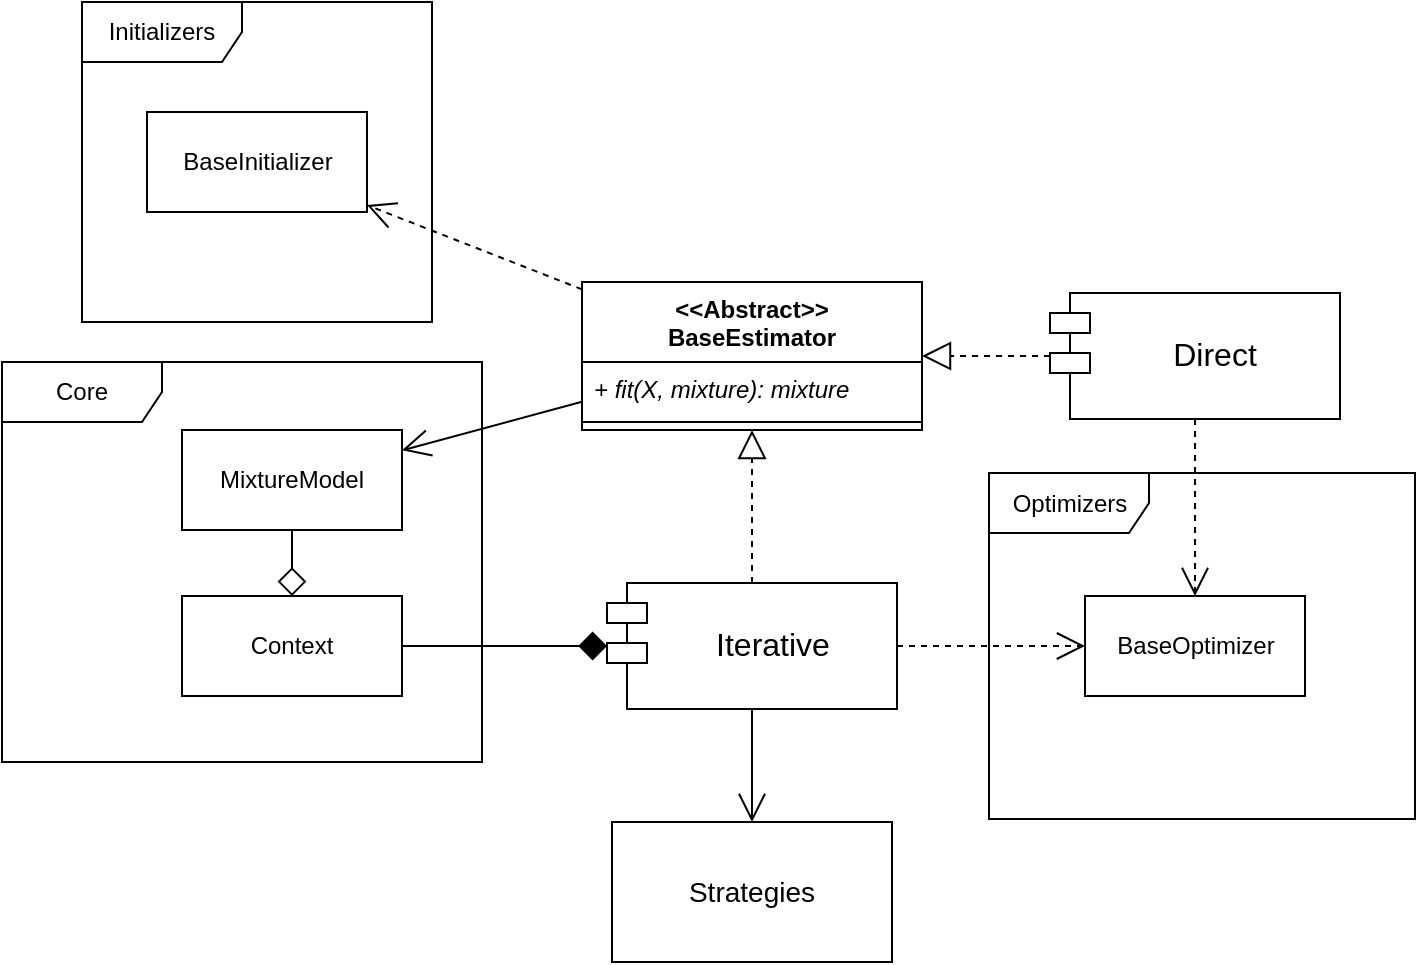
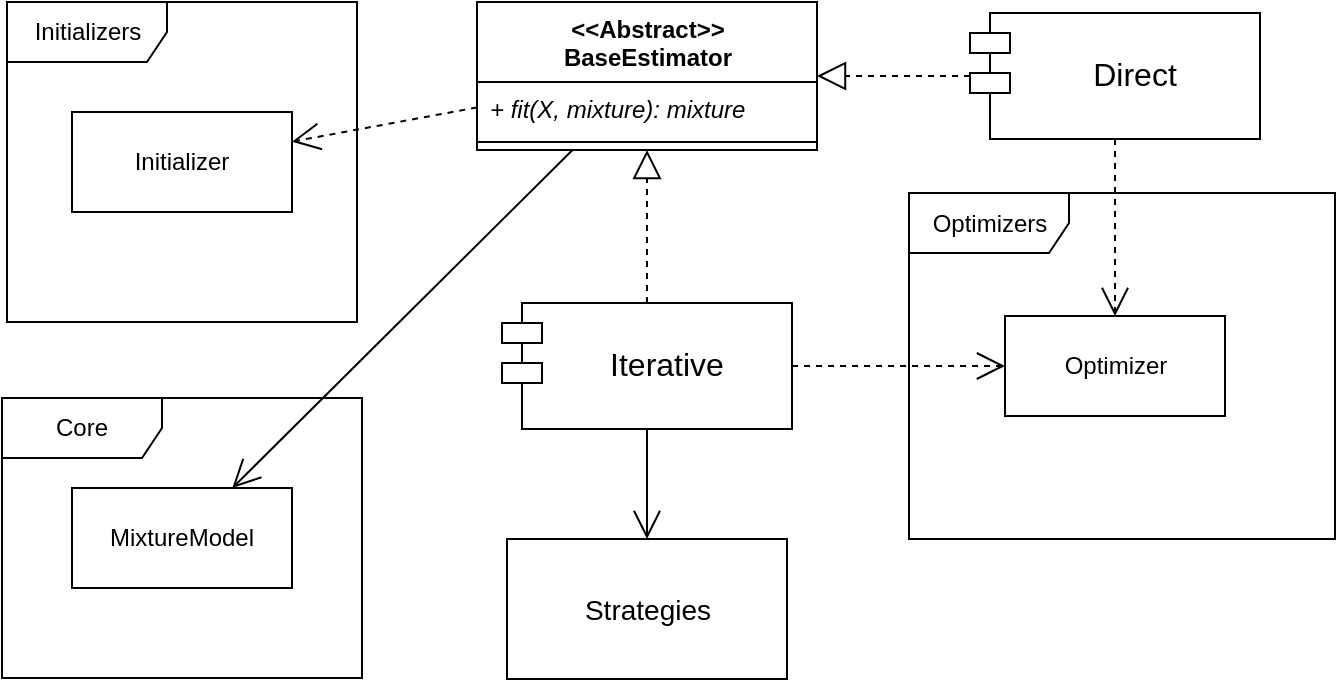
- <mxfile host="app.diagrams.net" agent="Mozilla/5.0 (X11; Linux x86_64; rv:141.0) Gecko/20100101 Firefox/141.0" version="28.0.7">
+ <mxfile host="app.diagrams.net" agent="Mozilla/5.0 (X11; Linux x86_64; rv:142.0) Gecko/20100101 Firefox/142.0" version="28.2.5">
  <diagram name="Страница — 1" id="S3S3o2mYCb9_tkCkfz6N">
-     <mxGraphModel dx="1236" dy="671" grid="1" gridSize="10" guides="1" tooltips="1" connect="1" arrows="1" fold="1" page="1" pageScale="1" pageWidth="827" pageHeight="1169" math="0" shadow="0">
+     <mxGraphModel dx="989" dy="537" grid="1" gridSize="10" guides="1" tooltips="1" connect="1" arrows="1" fold="1" page="1" pageScale="1" pageWidth="827" pageHeight="1169" math="0" shadow="0">
      <root>
        <mxCell id="0" />
        <mxCell id="1" parent="0" />
-         <mxCell id="LJtXOZby-KF8xYk5xt7U-18" style="rounded=0;orthogonalLoop=1;jettySize=auto;html=1;endArrow=open;endFill=0;endSize=12;dashed=1;" edge="1" parent="1" source="LJtXOZby-KF8xYk5xt7U-2" target="LJtXOZby-KF8xYk5xt7U-11">
+         <mxCell id="LJtXOZby-KF8xYk5xt7U-18" style="rounded=0;orthogonalLoop=1;jettySize=auto;html=1;endArrow=open;endFill=0;endSize=12;dashed=1;" parent="1" source="LJtXOZby-KF8xYk5xt7U-2" target="LJtXOZby-KF8xYk5xt7U-11" edge="1">
          <mxGeometry relative="1" as="geometry" />
        </mxCell>
-         <mxCell id="LJtXOZby-KF8xYk5xt7U-2" value="&lt;div&gt;&amp;lt;&amp;lt;Abstract&amp;gt;&amp;gt;&lt;/div&gt;&lt;div&gt;BaseEstimator&lt;/div&gt;" style="swimlane;fontStyle=1;align=center;verticalAlign=top;childLayout=stackLayout;horizontal=1;startSize=40;horizontalStack=0;resizeParent=1;resizeParentMax=0;resizeLast=0;collapsible=1;marginBottom=0;whiteSpace=wrap;html=1;" vertex="1" parent="1">
-           <mxGeometry x="380" y="210" width="170" height="74" as="geometry" />
+         <mxCell id="LJtXOZby-KF8xYk5xt7U-2" value="&lt;div&gt;&amp;lt;&amp;lt;Abstract&amp;gt;&amp;gt;&lt;/div&gt;&lt;div&gt;BaseEstimator&lt;/div&gt;" style="swimlane;fontStyle=1;align=center;verticalAlign=top;childLayout=stackLayout;horizontal=1;startSize=40;horizontalStack=0;resizeParent=1;resizeParentMax=0;resizeLast=0;collapsible=1;marginBottom=0;whiteSpace=wrap;html=1;" parent="1" vertex="1">
+           <mxGeometry x="367.5" y="210" width="170" height="74" as="geometry" />
        </mxCell>
-         <mxCell id="LJtXOZby-KF8xYk5xt7U-3" value="&lt;i&gt;+ fit(X, mixture): mixture&lt;/i&gt;" style="text;strokeColor=none;fillColor=none;align=left;verticalAlign=top;spacingLeft=4;spacingRight=4;overflow=hidden;rotatable=0;points=[[0,0.5],[1,0.5]];portConstraint=eastwest;whiteSpace=wrap;html=1;" vertex="1" parent="LJtXOZby-KF8xYk5xt7U-2">
+         <mxCell id="LJtXOZby-KF8xYk5xt7U-3" value="&lt;i&gt;+ fit(X, mixture): mixture&lt;/i&gt;" style="text;strokeColor=none;fillColor=none;align=left;verticalAlign=top;spacingLeft=4;spacingRight=4;overflow=hidden;rotatable=0;points=[[0,0.5],[1,0.5]];portConstraint=eastwest;whiteSpace=wrap;html=1;" parent="LJtXOZby-KF8xYk5xt7U-2" vertex="1">
          <mxGeometry y="40" width="170" height="26" as="geometry" />
        </mxCell>
-         <mxCell id="LJtXOZby-KF8xYk5xt7U-4" value="" style="line;strokeWidth=1;fillColor=none;align=left;verticalAlign=middle;spacingTop=-1;spacingLeft=3;spacingRight=3;rotatable=0;labelPosition=right;points=[];portConstraint=eastwest;strokeColor=inherit;" vertex="1" parent="LJtXOZby-KF8xYk5xt7U-2">
+         <mxCell id="LJtXOZby-KF8xYk5xt7U-4" value="" style="line;strokeWidth=1;fillColor=none;align=left;verticalAlign=middle;spacingTop=-1;spacingLeft=3;spacingRight=3;rotatable=0;labelPosition=right;points=[];portConstraint=eastwest;strokeColor=inherit;" parent="LJtXOZby-KF8xYk5xt7U-2" vertex="1">
          <mxGeometry y="66" width="170" height="8" as="geometry" />
        </mxCell>
-         <mxCell id="LJtXOZby-KF8xYk5xt7U-9" style="edgeStyle=orthogonalEdgeStyle;rounded=0;orthogonalLoop=1;jettySize=auto;html=1;endArrow=block;endFill=0;dashed=1;endSize=12;" edge="1" parent="1" source="LJtXOZby-KF8xYk5xt7U-32" target="LJtXOZby-KF8xYk5xt7U-2">
+         <mxCell id="LJtXOZby-KF8xYk5xt7U-9" style="edgeStyle=orthogonalEdgeStyle;rounded=0;orthogonalLoop=1;jettySize=auto;html=1;endArrow=block;endFill=0;dashed=1;endSize=12;" parent="1" source="LJtXOZby-KF8xYk5xt7U-32" target="LJtXOZby-KF8xYk5xt7U-2" edge="1">
          <mxGeometry relative="1" as="geometry">
            <mxPoint x="465.0000000000002" y="357" as="sourcePoint" />
          </mxGeometry>
        </mxCell>
-         <mxCell id="LJtXOZby-KF8xYk5xt7U-10" value="Initializers" style="shape=umlFrame;whiteSpace=wrap;html=1;pointerEvents=0;width=80;height=30;" vertex="1" parent="1">
-           <mxGeometry x="130" y="70" width="175" height="160" as="geometry" />
+         <mxCell id="LJtXOZby-KF8xYk5xt7U-10" value="Initializers" style="shape=umlFrame;whiteSpace=wrap;html=1;pointerEvents=0;width=80;height=30;" parent="1" vertex="1">
+           <mxGeometry x="132.5" y="210" width="175" height="160" as="geometry" />
        </mxCell>
-         <mxCell id="LJtXOZby-KF8xYk5xt7U-11" value="BaseInitializer" style="html=1;whiteSpace=wrap;" vertex="1" parent="1">
-           <mxGeometry x="162.5" y="125" width="110" height="50" as="geometry" />
+         <mxCell id="LJtXOZby-KF8xYk5xt7U-11" value="Initializer" style="html=1;whiteSpace=wrap;" parent="1" vertex="1">
+           <mxGeometry x="165" y="265" width="110" height="50" as="geometry" />
        </mxCell>
-         <mxCell id="LJtXOZby-KF8xYk5xt7U-12" value="Core" style="shape=umlFrame;whiteSpace=wrap;html=1;pointerEvents=0;width=80;height=30;" vertex="1" parent="1">
-           <mxGeometry x="90" y="250" width="240" height="200" as="geometry" />
+         <mxCell id="LJtXOZby-KF8xYk5xt7U-12" value="Core" style="shape=umlFrame;whiteSpace=wrap;html=1;pointerEvents=0;width=80;height=30;" parent="1" vertex="1">
+           <mxGeometry x="130" y="408" width="180" height="140" as="geometry" />
        </mxCell>
-         <mxCell id="LJtXOZby-KF8xYk5xt7U-16" style="rounded=0;orthogonalLoop=1;jettySize=auto;html=1;endArrow=none;endFill=0;startArrow=open;startFill=0;startSize=12;" edge="1" parent="1" source="LJtXOZby-KF8xYk5xt7U-13" target="LJtXOZby-KF8xYk5xt7U-2">
+         <mxCell id="LJtXOZby-KF8xYk5xt7U-16" style="rounded=0;orthogonalLoop=1;jettySize=auto;html=1;endArrow=none;endFill=0;startArrow=open;startFill=0;startSize=12;" parent="1" source="LJtXOZby-KF8xYk5xt7U-13" target="LJtXOZby-KF8xYk5xt7U-2" edge="1">
          <mxGeometry relative="1" as="geometry" />
        </mxCell>
-         <mxCell id="LJtXOZby-KF8xYk5xt7U-17" style="edgeStyle=orthogonalEdgeStyle;rounded=0;orthogonalLoop=1;jettySize=auto;html=1;endSize=12;endArrow=diamond;endFill=0;" edge="1" parent="1" source="LJtXOZby-KF8xYk5xt7U-13" target="LJtXOZby-KF8xYk5xt7U-14">
-           <mxGeometry relative="1" as="geometry" />
+         <mxCell id="LJtXOZby-KF8xYk5xt7U-13" value="MixtureModel" style="html=1;whiteSpace=wrap;" parent="1" vertex="1">
+           <mxGeometry x="165" y="453" width="110" height="50" as="geometry" />
        </mxCell>
-         <mxCell id="LJtXOZby-KF8xYk5xt7U-13" value="MixtureModel" style="html=1;whiteSpace=wrap;" vertex="1" parent="1">
-           <mxGeometry x="180" y="284" width="110" height="50" as="geometry" />
-         </mxCell>
-         <mxCell id="LJtXOZby-KF8xYk5xt7U-15" style="edgeStyle=orthogonalEdgeStyle;rounded=0;orthogonalLoop=1;jettySize=auto;html=1;endArrow=diamond;endFill=1;endSize=12;" edge="1" parent="1" source="LJtXOZby-KF8xYk5xt7U-14" target="LJtXOZby-KF8xYk5xt7U-32">
-           <mxGeometry relative="1" as="geometry">
-             <mxPoint x="395.0000000000002" y="392" as="targetPoint" />
-           </mxGeometry>
-         </mxCell>
-         <mxCell id="LJtXOZby-KF8xYk5xt7U-14" value="Context" style="html=1;whiteSpace=wrap;" vertex="1" parent="1">
-           <mxGeometry x="180" y="367" width="110" height="50" as="geometry" />
-         </mxCell>
-         <mxCell id="LJtXOZby-KF8xYk5xt7U-20" style="edgeStyle=orthogonalEdgeStyle;rounded=0;orthogonalLoop=1;jettySize=auto;html=1;endArrow=block;endFill=0;endSize=12;dashed=1;" edge="1" parent="1" source="LJtXOZby-KF8xYk5xt7U-33" target="LJtXOZby-KF8xYk5xt7U-2">
+         <mxCell id="LJtXOZby-KF8xYk5xt7U-20" style="edgeStyle=orthogonalEdgeStyle;rounded=0;orthogonalLoop=1;jettySize=auto;html=1;endArrow=block;endFill=0;endSize=12;dashed=1;" parent="1" source="LJtXOZby-KF8xYk5xt7U-33" target="LJtXOZby-KF8xYk5xt7U-2" edge="1">
          <mxGeometry relative="1" as="geometry">
            <mxPoint x="616.5" y="247" as="sourcePoint" />
          </mxGeometry>
        </mxCell>
-         <mxCell id="LJtXOZby-KF8xYk5xt7U-31" style="edgeStyle=orthogonalEdgeStyle;rounded=0;orthogonalLoop=1;jettySize=auto;html=1;endArrow=open;endFill=0;endSize=12;dashed=1;" edge="1" parent="1" source="LJtXOZby-KF8xYk5xt7U-33" target="LJtXOZby-KF8xYk5xt7U-27">
+         <mxCell id="LJtXOZby-KF8xYk5xt7U-31" style="edgeStyle=orthogonalEdgeStyle;rounded=0;orthogonalLoop=1;jettySize=auto;html=1;endArrow=open;endFill=0;endSize=12;dashed=1;" parent="1" source="LJtXOZby-KF8xYk5xt7U-33" target="LJtXOZby-KF8xYk5xt7U-27" edge="1">
          <mxGeometry relative="1" as="geometry">
            <mxPoint x="686.5" y="282" as="sourcePoint" />
          </mxGeometry>
        </mxCell>
-         <mxCell id="LJtXOZby-KF8xYk5xt7U-24" style="edgeStyle=orthogonalEdgeStyle;rounded=0;orthogonalLoop=1;jettySize=auto;html=1;endArrow=open;endFill=0;endSize=12;" edge="1" parent="1" source="LJtXOZby-KF8xYk5xt7U-32" target="LJtXOZby-KF8xYk5xt7U-22">
+         <mxCell id="LJtXOZby-KF8xYk5xt7U-24" style="edgeStyle=orthogonalEdgeStyle;rounded=0;orthogonalLoop=1;jettySize=auto;html=1;endArrow=open;endFill=0;endSize=12;" parent="1" source="LJtXOZby-KF8xYk5xt7U-32" target="LJtXOZby-KF8xYk5xt7U-22" edge="1">
          <mxGeometry relative="1" as="geometry">
            <mxPoint x="465.0000000000002" y="427" as="sourcePoint" />
          </mxGeometry>
        </mxCell>
-         <mxCell id="LJtXOZby-KF8xYk5xt7U-30" style="edgeStyle=orthogonalEdgeStyle;rounded=0;orthogonalLoop=1;jettySize=auto;html=1;endArrow=open;endFill=0;endSize=12;dashed=1;" edge="1" parent="1" source="LJtXOZby-KF8xYk5xt7U-32" target="LJtXOZby-KF8xYk5xt7U-27">
+         <mxCell id="LJtXOZby-KF8xYk5xt7U-30" style="edgeStyle=orthogonalEdgeStyle;rounded=0;orthogonalLoop=1;jettySize=auto;html=1;endArrow=open;endFill=0;endSize=12;dashed=1;" parent="1" source="LJtXOZby-KF8xYk5xt7U-32" target="LJtXOZby-KF8xYk5xt7U-27" edge="1">
          <mxGeometry relative="1" as="geometry">
            <mxPoint x="535.0000000000002" y="392" as="sourcePoint" />
          </mxGeometry>
        </mxCell>
-         <mxCell id="LJtXOZby-KF8xYk5xt7U-22" value="&lt;font style=&quot;font-size: 14px;&quot;&gt;Strategies&lt;/font&gt;" style="html=1;whiteSpace=wrap;" vertex="1" parent="1">
-           <mxGeometry x="395" y="480" width="140" height="70" as="geometry" />
+         <mxCell id="LJtXOZby-KF8xYk5xt7U-22" value="&lt;font style=&quot;font-size: 14px;&quot;&gt;Strategies&lt;/font&gt;" style="html=1;whiteSpace=wrap;" parent="1" vertex="1">
+           <mxGeometry x="382.5" y="478.5" width="140" height="70" as="geometry" />
        </mxCell>
-         <mxCell id="LJtXOZby-KF8xYk5xt7U-26" value="Optimizers" style="shape=umlFrame;whiteSpace=wrap;html=1;pointerEvents=0;width=80;height=30;" vertex="1" parent="1">
+         <mxCell id="LJtXOZby-KF8xYk5xt7U-26" value="Optimizers" style="shape=umlFrame;whiteSpace=wrap;html=1;pointerEvents=0;width=80;height=30;" parent="1" vertex="1">
          <mxGeometry x="583.5" y="305.5" width="213" height="173" as="geometry" />
        </mxCell>
-         <mxCell id="LJtXOZby-KF8xYk5xt7U-27" value="BaseOptimizer" style="html=1;whiteSpace=wrap;" vertex="1" parent="1">
+         <mxCell id="LJtXOZby-KF8xYk5xt7U-27" value="Optimizer" style="html=1;whiteSpace=wrap;" parent="1" vertex="1">
          <mxGeometry x="631.5" y="367" width="110" height="50" as="geometry" />
        </mxCell>
-         <mxCell id="LJtXOZby-KF8xYk5xt7U-32" value="&lt;br&gt;&lt;div&gt;&lt;font style=&quot;font-size: 16px;&quot;&gt;Iterative&lt;/font&gt;&lt;/div&gt;" style="shape=module;align=left;spacingLeft=20;align=center;verticalAlign=top;whiteSpace=wrap;html=1;" vertex="1" parent="1">
-           <mxGeometry x="392.5" y="360.5" width="145" height="63" as="geometry" />
+         <mxCell id="LJtXOZby-KF8xYk5xt7U-32" value="&lt;br&gt;&lt;div&gt;&lt;font style=&quot;font-size: 16px;&quot;&gt;Iterative&lt;/font&gt;&lt;/div&gt;" style="shape=module;align=left;spacingLeft=20;align=center;verticalAlign=top;whiteSpace=wrap;html=1;" parent="1" vertex="1">
+           <mxGeometry x="380" y="360.5" width="145" height="63" as="geometry" />
        </mxCell>
-         <mxCell id="LJtXOZby-KF8xYk5xt7U-33" value="&lt;br&gt;&lt;div&gt;&lt;font style=&quot;font-size: 16px;&quot;&gt;Direct&lt;/font&gt;&lt;/div&gt;" style="shape=module;align=left;spacingLeft=20;align=center;verticalAlign=top;whiteSpace=wrap;html=1;" vertex="1" parent="1">
+         <mxCell id="LJtXOZby-KF8xYk5xt7U-33" value="&lt;br&gt;&lt;div&gt;&lt;font style=&quot;font-size: 16px;&quot;&gt;Direct&lt;/font&gt;&lt;/div&gt;" style="shape=module;align=left;spacingLeft=20;align=center;verticalAlign=top;whiteSpace=wrap;html=1;" parent="1" vertex="1">
          <mxGeometry x="614" y="215.5" width="145" height="63" as="geometry" />
        </mxCell>
      </root>
    </mxGraphModel>
  </diagram>
</mxfile>
